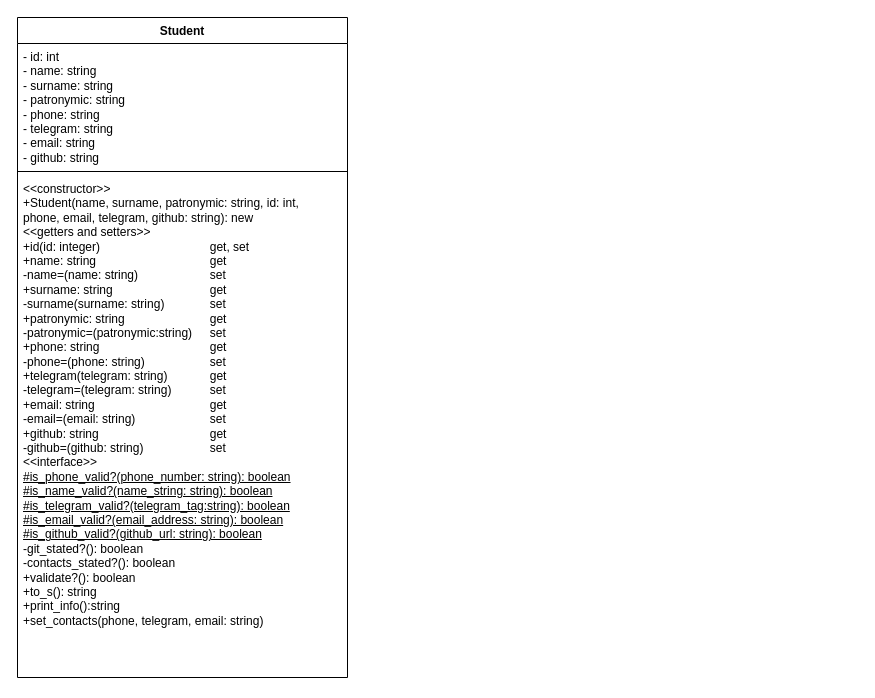
This is Lab-2 - Kernel_classes_and_models/Диаграмма_классов.drawio from SerenityFlaim/Design-Patterns, a draw.io file, before an edit. Source tidied: cells renumbered, new cells numbered last; positions are measured from the earlier drawing's top-left corner, leaving out a move shared by most shapes. Both pictures are drawn from the tidied source at 100%, with x=0, y=0 at pixel (17, 17).
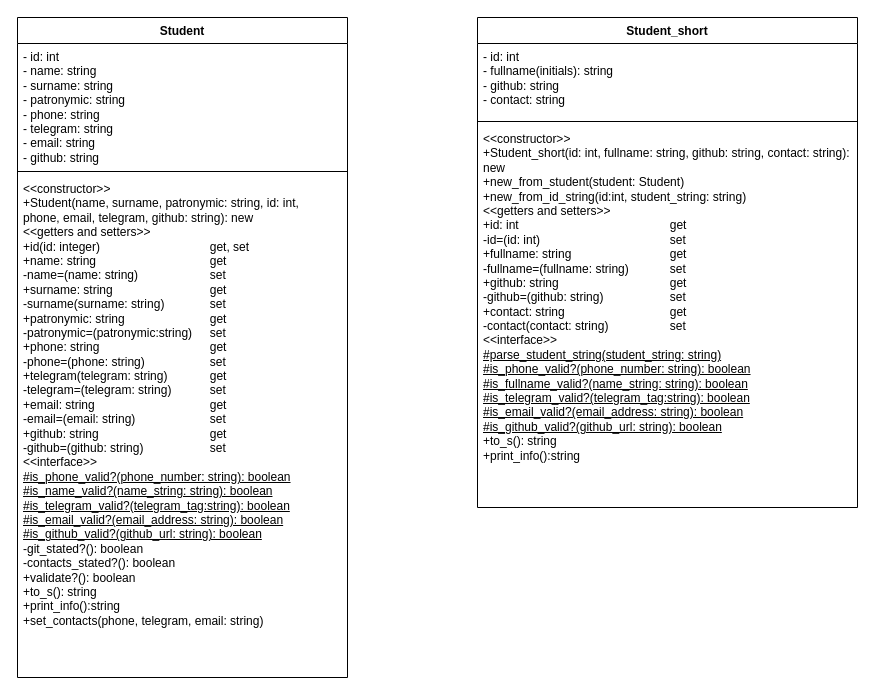
The same page after the edit.

Commit message:
Student_short class added on the class diagram

What changed in the source:
```diff
@@
 <mxGraphModel>
   <root>
     <mxCell id="0" />
     <mxCell id="1" parent="0" />
     <mxCell id="2" value="Student" style="swimlane;fontStyle=1;align=center;verticalAlign=top;horizontal=1;startSize=26;whiteSpace=wrap;html=1;" parent="1" vertex="1">
       <mxGeometry width="330" height="660" as="geometry" />
     </mxCell>
     <mxCell id="3" value="- id: int&lt;div&gt;- name: string&lt;/div&gt;&lt;div&gt;- surname: string&lt;/div&gt;&lt;div&gt;- patronymic: string&lt;/div&gt;&lt;div&gt;- phone: string&lt;/div&gt;&lt;div&gt;- telegram: string&lt;/div&gt;&lt;div&gt;- email: string&lt;/div&gt;&lt;div&gt;- github: string&lt;/div&gt;" style="text;strokeColor=none;fillColor=none;align=left;verticalAlign=top;spacingLeft=4;spacingRight=4;overflow=hidden;whiteSpace=wrap;html=1;" parent="2" vertex="1">
       <mxGeometry y="26" width="330" height="124" as="geometry" />
     </mxCell>
     <mxCell id="4" style="line;strokeWidth=1;fillColor=none;align=left;verticalAlign=middle;spacingTop=-1;spacingLeft=3;spacingRight=3;labelPosition=right;strokeColor=inherit;" parent="2" vertex="1">
       <mxGeometry y="150" width="330" height="8" as="geometry" />
     </mxCell>
     <mxCell id="5" value="&amp;lt;&amp;lt;constructor&amp;gt;&amp;gt;&lt;div&gt;+Student(name, surname, patronymic: string, id: int,&amp;nbsp;&lt;/div&gt;&lt;div&gt;phone, email, telegram, github: string): new&lt;/div&gt;&lt;div&gt;&amp;lt;&amp;lt;getters and setters&amp;gt;&amp;gt;&lt;/div&gt;&lt;div&gt;+id(id: integer)&lt;span style=&quot;white-space: pre;&quot;&gt;&#9;&lt;/span&gt;&lt;span style=&quot;white-space: pre;&quot;&gt;&#9;&lt;span style=&quot;white-space: pre;&quot;&gt;&#9;&lt;/span&gt;&lt;span style=&quot;white-space: pre;&quot;&gt;&#9;&lt;span style=&quot;white-space: pre;&quot;&gt;&#9;&lt;/span&gt;&lt;/span&gt;&lt;/span&gt;get, set&lt;/div&gt;&lt;div&gt;+name: string&lt;span style=&quot;white-space: pre;&quot;&gt;&#9;&lt;/span&gt;&lt;span style=&quot;white-space: pre;&quot;&gt;&#9;&lt;span style=&quot;white-space: pre;&quot;&gt;&#9;&lt;/span&gt;&lt;span style=&quot;white-space: pre;&quot;&gt;&#9;&lt;span style=&quot;white-space: pre;&quot;&gt;&#9;&lt;/span&gt;&lt;/span&gt;&lt;/span&gt;get&lt;/div&gt;&lt;div&gt;-name=(name: string)&lt;span style=&quot;white-space: pre;&quot;&gt;&#9;&lt;/span&gt;&lt;span style=&quot;white-space: pre;&quot;&gt;&#9;&lt;span style=&quot;white-space: pre;&quot;&gt;&#9;&lt;/span&gt;&lt;/span&gt;set&lt;/div&gt;&lt;div&gt;+surname: string&lt;span style=&quot;white-space: pre;&quot;&gt;&#9;&lt;/span&gt;&lt;span style=&quot;white-space: pre;&quot;&gt;&#9;&lt;/span&gt;&lt;span style=&quot;white-space: pre;&quot;&gt;&#9;&lt;span style=&quot;white-space: pre;&quot;&gt;&#9;&lt;/span&gt;&lt;/span&gt;get&lt;/div&gt;&lt;div&gt;-surname(surname: string)&lt;span style=&quot;white-space: pre;&quot;&gt;&#9;&lt;span style=&quot;white-space: pre;&quot;&gt;&#9;&lt;/span&gt;&lt;/span&gt;set&lt;/div&gt;&lt;div&gt;+patronymic: string&lt;span style=&quot;white-space: pre;&quot;&gt;&#9;&lt;/span&gt;&lt;span style=&quot;white-space: pre;&quot;&gt;&#9;&lt;/span&gt;&lt;span style=&quot;white-space: pre;&quot;&gt;&#9;&lt;span style=&quot;white-space: pre;&quot;&gt;&#9;&lt;/span&gt;&lt;/span&gt;get&lt;/div&gt;&lt;div&gt;-patronymic=(patronymic:string)&lt;span style=&quot;white-space: pre;&quot;&gt;&#9;&lt;/span&gt;set&lt;/div&gt;&lt;div&gt;+phone: string&lt;span style=&quot;white-space: pre;&quot;&gt;&#9;&lt;/span&gt;&lt;span style=&quot;white-space: pre;&quot;&gt;&#9;&lt;/span&gt;&lt;span style=&quot;white-space: pre;&quot;&gt;&#9;&lt;/span&gt;&lt;span style=&quot;white-space: pre;&quot;&gt;&#9;&lt;/span&gt;&lt;span style=&quot;white-space: pre;&quot;&gt;&#9;&lt;/span&gt;get&lt;/div&gt;&lt;div&gt;-phone=(phone: string)&lt;span style=&quot;white-space: pre;&quot;&gt;&#9;&lt;/span&gt;&lt;span style=&quot;white-space: pre;&quot;&gt;&#9;&lt;/span&gt;&lt;span style=&quot;white-space: pre;&quot;&gt;&#9;&lt;/span&gt;set&lt;/div&gt;&lt;div&gt;+telegram(telegram: string)&lt;span style=&quot;white-space: pre;&quot;&gt;&#9;&lt;/span&gt;&lt;span style=&quot;white-space: pre;&quot;&gt;&#9;&lt;/span&gt;get&lt;/div&gt;&lt;div&gt;-telegram=(telegram: string)&lt;span style=&quot;white-space: pre;&quot;&gt;&#9;&lt;/span&gt;&lt;span style=&quot;white-space: pre;&quot;&gt;&#9;&lt;/span&gt;set&lt;/div&gt;&lt;div&gt;+email: string&lt;span style=&quot;white-space: pre;&quot;&gt;&#9;&lt;/span&gt;&lt;span style=&quot;white-space: pre;&quot;&gt;&#9;&lt;/span&gt;&lt;span style=&quot;white-space: pre;&quot;&gt;&#9;&lt;/span&gt;&lt;span style=&quot;white-space: pre;&quot;&gt;&#9;&lt;/span&gt;&lt;span style=&quot;white-space: pre;&quot;&gt;&#9;&lt;/span&gt;get&lt;/div&gt;&lt;div&gt;-email=(email: string)&lt;span style=&quot;white-space: pre;&quot;&gt;&#9;&lt;/span&gt;&lt;span style=&quot;white-space: pre;&quot;&gt;&#9;&lt;/span&gt;&lt;span style=&quot;white-space: pre;&quot;&gt;&#9;&lt;/span&gt;set&lt;/div&gt;&lt;div&gt;+github: string&lt;span style=&quot;white-space: pre;&quot;&gt;&#9;&lt;/span&gt;&lt;span style=&quot;white-space: pre;&quot;&gt;&#9;&lt;/span&gt;&lt;span style=&quot;white-space: pre;&quot;&gt;&#9;&lt;/span&gt;&lt;span style=&quot;white-space: pre;&quot;&gt;&#9;&lt;/span&gt;&lt;span style=&quot;white-space: pre;&quot;&gt;&#9;&lt;/span&gt;get&lt;/div&gt;&lt;div&gt;-github=(github: string)&lt;span style=&quot;white-space: pre;&quot;&gt;&#9;&lt;/span&gt;&lt;span style=&quot;white-space: pre;&quot;&gt;&#9;&lt;/span&gt;&lt;span style=&quot;white-space: pre;&quot;&gt;&#9;&lt;/span&gt;set&lt;/div&gt;&lt;div&gt;&amp;lt;&amp;lt;interface&amp;gt;&amp;gt;&lt;/div&gt;&lt;div&gt;&lt;u&gt;#is_phone_valid?(phone_number: string): boolean&lt;/u&gt;&lt;/div&gt;&lt;div&gt;&lt;u&gt;#is_name_valid?(name_string: string): boolean&lt;/u&gt;&lt;/div&gt;&lt;div&gt;&lt;u&gt;#is_telegram_valid?(telegram_tag:string): boolean&lt;/u&gt;&lt;/div&gt;&lt;div&gt;&lt;u&gt;#is_email_valid?(email_address: string): boolean&lt;/u&gt;&lt;/div&gt;&lt;div&gt;&lt;u&gt;#is_github_valid?(github_url: string): boolean&lt;/u&gt;&lt;/div&gt;&lt;div&gt;-git_stated?(): boolean&lt;/div&gt;&lt;div&gt;-contacts_stated?(): boolean&lt;/div&gt;&lt;div&gt;+validate?(): boolean&lt;/div&gt;&lt;div&gt;+to_s(): string&lt;/div&gt;&lt;div&gt;+print_info():string&lt;/div&gt;&lt;div&gt;+set_contacts(phone, telegram, email: string)&lt;/div&gt;&lt;div&gt;&amp;nbsp;&lt;/div&gt;" style="text;strokeColor=none;fillColor=none;align=left;verticalAlign=top;spacingLeft=4;spacingRight=4;overflow=hidden;whiteSpace=wrap;html=1;" parent="2" vertex="1">
       <mxGeometry y="158" width="330" height="502" as="geometry" />
     </mxCell>
+    <mxCell id="6" value="Student_short" style="swimlane;fontStyle=1;align=center;verticalAlign=top;horizontal=1;startSize=26;whiteSpace=wrap;html=1;" parent="1" vertex="1">
+      <mxGeometry x="460" width="380" height="490" as="geometry" />
+    </mxCell>
+    <mxCell id="7" value="- id: int&lt;div&gt;- fullname(initials): string&lt;/div&gt;&lt;div&gt;- github: string&lt;/div&gt;&lt;div&gt;- contact: string&lt;/div&gt;" style="text;strokeColor=none;fillColor=none;align=left;verticalAlign=top;spacingLeft=4;spacingRight=4;overflow=hidden;whiteSpace=wrap;html=1;" parent="6" vertex="1">
+      <mxGeometry y="26" width="380" height="74" as="geometry" />
+    </mxCell>
+    <mxCell id="8" style="line;strokeWidth=1;fillColor=none;align=left;verticalAlign=middle;spacingTop=-1;spacingLeft=3;spacingRight=3;labelPosition=right;strokeColor=inherit;" parent="6" vertex="1">
+      <mxGeometry y="100" width="380" height="8" as="geometry" />
+    </mxCell>
+    <mxCell id="9" value="&lt;div&gt;&amp;lt;&amp;lt;constructor&amp;gt;&amp;gt;&lt;/div&gt;&lt;div&gt;+Student_short(id: int, fullname: string, github: string, contact: string): new&lt;/div&gt;&lt;div&gt;+new_from_student(student: Student)&lt;/div&gt;&lt;div&gt;+new_from_id_string(id:int, student_string: string)&lt;/div&gt;&amp;lt;&amp;lt;getters and setters&amp;gt;&amp;gt;&lt;div&gt;+id: int&amp;nbsp;&lt;span style=&quot;white-space: pre;&quot;&gt;&#9;&lt;/span&gt;&lt;span style=&quot;white-space: pre;&quot;&gt;&#9;&lt;span style=&quot;white-space: pre;&quot;&gt;&#9;&lt;span style=&quot;white-space: pre;&quot;&gt;&#9;&lt;span style=&quot;white-space: pre;&quot;&gt;&#9;&lt;/span&gt;&lt;span style=&quot;white-space: pre;&quot;&gt;&#9;&lt;/span&gt;&lt;/span&gt;&lt;/span&gt;get&lt;/span&gt;&lt;/div&gt;&lt;div&gt;-id=(id: int)&lt;span style=&quot;white-space: pre;&quot;&gt;&#9;&lt;/span&gt;&lt;span style=&quot;white-space: pre;&quot;&gt;&#9;&lt;span style=&quot;white-space: pre;&quot;&gt;&#9;&lt;span style=&quot;white-space: pre;&quot;&gt;&#9;&lt;/span&gt;&lt;span style=&quot;white-space: pre;&quot;&gt;&#9;&lt;/span&gt;&lt;/span&gt;&lt;/span&gt;set&lt;/div&gt;&lt;div&gt;+fullname: string&lt;span style=&quot;white-space: pre;&quot;&gt;&#9;&lt;span style=&quot;white-space: pre;&quot;&gt;&#9;&lt;span style=&quot;white-space: pre;&quot;&gt;&#9;&lt;/span&gt;&lt;span style=&quot;white-space: pre;&quot;&gt;&#9;&lt;/span&gt;&lt;/span&gt;&lt;/span&gt;get&lt;/div&gt;&lt;div&gt;-fullname=(fullname: string)&lt;span style=&quot;white-space: pre;&quot;&gt;&#9;&lt;/span&gt;&lt;span style=&quot;white-space: pre;&quot;&gt;&#9;&lt;/span&gt;set&lt;/div&gt;&lt;div&gt;&lt;div&gt;+github: string&lt;span style=&quot;white-space: pre;&quot;&gt;&#9;&lt;/span&gt;&lt;span style=&quot;white-space: pre;&quot;&gt;&#9;&lt;/span&gt;&lt;span style=&quot;white-space: pre;&quot;&gt;&#9;&lt;/span&gt;&lt;span style=&quot;white-space: pre;&quot;&gt;&#9;&lt;/span&gt;&lt;span style=&quot;white-space: pre;&quot;&gt;&#9;&lt;/span&gt;get&lt;/div&gt;&lt;div&gt;-github=(github: string)&lt;span style=&quot;white-space: pre;&quot;&gt;&#9;&lt;/span&gt;&lt;span style=&quot;white-space: pre;&quot;&gt;&#9;&lt;/span&gt;&lt;span style=&quot;white-space: pre;&quot;&gt;&#9;&lt;/span&gt;set&lt;/div&gt;&lt;div&gt;+contact: string&lt;span style=&quot;white-space: pre;&quot;&gt;&#9;&lt;/span&gt;&lt;span style=&quot;white-space: pre;&quot;&gt;&#9;&lt;/span&gt;&lt;span style=&quot;white-space: pre;&quot;&gt;&#9;&lt;/span&gt;&lt;span style=&quot;white-space: pre;&quot;&gt;&#9;&lt;/span&gt;get&lt;/div&gt;&lt;div&gt;-contact(contact: string)&lt;span style=&quot;white-space: pre;&quot;&gt;&#9;&lt;/span&gt;&lt;span style=&quot;white-space: pre;&quot;&gt;&#9;&lt;/span&gt;&lt;span style=&quot;white-space: pre;&quot;&gt;&#9;&lt;/span&gt;set&lt;/div&gt;&lt;div&gt;&amp;lt;&amp;lt;interface&amp;gt;&amp;gt;&lt;/div&gt;&lt;/div&gt;&lt;div&gt;&lt;u&gt;#parse_student_string(student_string: string)&lt;/u&gt;&lt;/div&gt;&lt;div&gt;&lt;div&gt;&lt;u&gt;#is_phone_valid?(phone_number: string): boolean&lt;/u&gt;&lt;/div&gt;&lt;div&gt;&lt;u&gt;#is_fullname_valid?(name_string: string): boolean&lt;/u&gt;&lt;/div&gt;&lt;div&gt;&lt;u&gt;#is_telegram_valid?(telegram_tag:string): boolean&lt;/u&gt;&lt;/div&gt;&lt;div&gt;&lt;u&gt;#is_email_valid?(email_address: string): boolean&lt;/u&gt;&lt;/div&gt;&lt;div&gt;&lt;u&gt;#is_github_valid?(github_url: string): boolean&lt;/u&gt;&lt;/div&gt;&lt;/div&gt;&lt;div&gt;&lt;div&gt;+to_s(): string&lt;/div&gt;&lt;div&gt;+print_info():string&lt;/div&gt;&lt;/div&gt;&lt;div&gt;&lt;br&gt;&lt;/div&gt;" style="text;strokeColor=none;fillColor=none;align=left;verticalAlign=top;spacingLeft=4;spacingRight=4;overflow=hidden;whiteSpace=wrap;html=1;" parent="6" vertex="1">
+      <mxGeometry y="108" width="380" height="382" as="geometry" />
+    </mxCell>
   </root>
 </mxGraphModel>
```
